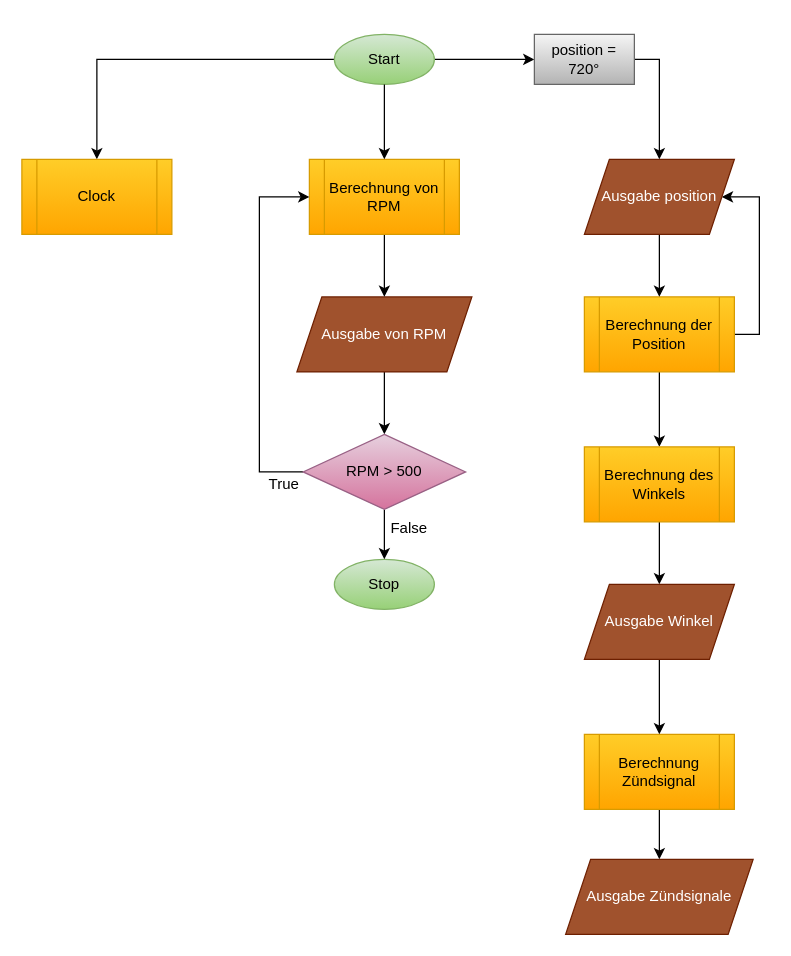
The draw.io diagram page "Programmablaufplan" (1 of 4) of Untitled Diagram.drawio in JannekHas/JannekHas, before the edit. Source tidied: cells renumbered, new cells numbered last; positions are measured from the earlier drawing's top-left corner, leaving out a move shared by most shapes. Both pictures are drawn from the tidied source at 125%, with x=0, y=0 at pixel (21, 34).
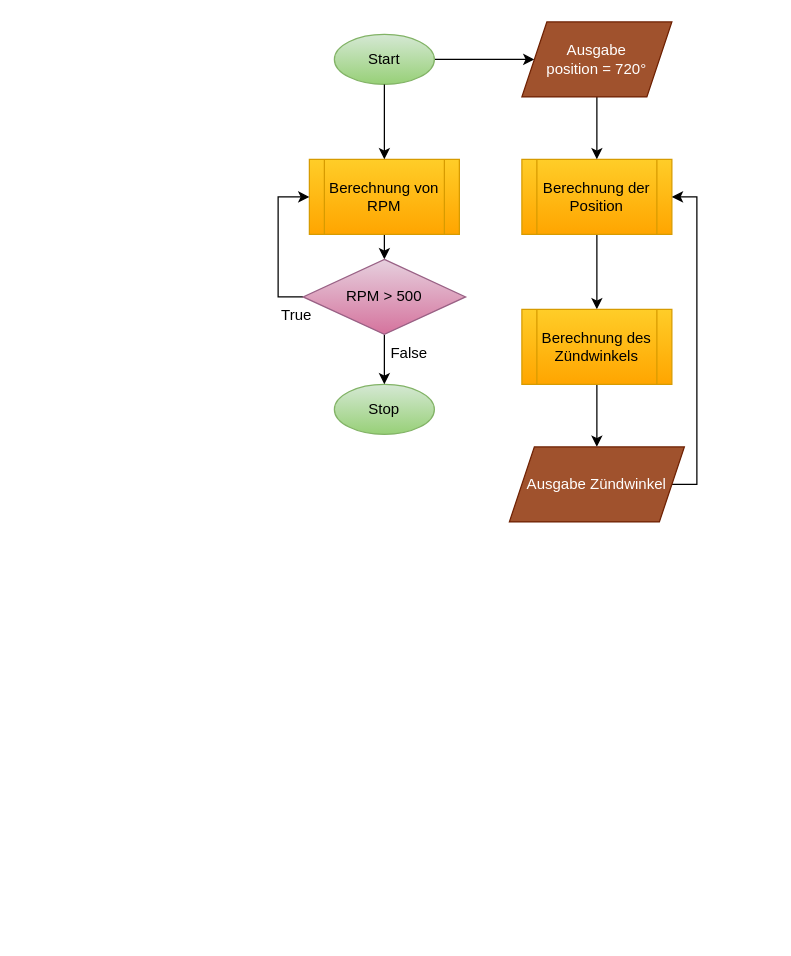
The same page after the edit.

The change refers to these unchanged cells:
```xml
<mxCell id="4" value="Start" style="ellipse;whiteSpace=wrap;html=1;fillColor=#d5e8d4;strokeColor=#82b366;gradientColor=#97d077;" parent="1" vertex="1">
  <mxGeometry x="250" width="80" height="40" as="geometry" />
</mxCell>
<mxCell id="9" value="Berechnung von RPM" style="shape=process;whiteSpace=wrap;html=1;backgroundOutline=1;fillColor=#ffcd28;gradientColor=#ffa500;strokeColor=#d79b00;" parent="1" vertex="1">
  <mxGeometry x="230" y="100" width="120" height="60" as="geometry" />
</mxCell>
```

The edit, as a diff of the source:
```diff
@@
-    <mxCell id="2" style="edgeStyle=orthogonalEdgeStyle;rounded=0;jettySize=auto;html=1;exitX=1;exitY=0.5;exitDx=0;exitDy=0;entryX=0;entryY=0.5;entryDx=0;entryDy=0;" parent="1" edge="1" source="4" target="29">
-      <mxGeometry relative="1" as="geometry" />
+    <mxCell id="2" style="edgeStyle=orthogonalEdgeStyle;rounded=0;jettySize=auto;html=1;exitX=1;exitY=0.5;exitDx=0;exitDy=0;entryX=0;entryY=0.5;entryDx=0;entryDy=0;" parent="1" edge="1" source="4">
+      <mxGeometry relative="1" as="geometry">
+        <mxPoint x="410" y="20" as="targetPoint" />
+      </mxGeometry>
     </mxCell>
-    <mxCell id="3" style="edgeStyle=orthogonalEdgeStyle;rounded=0;jettySize=auto;html=1;exitX=0;exitY=0.5;exitDx=0;exitDy=0;entryX=0.5;entryY=0;entryDx=0;entryDy=0;" parent="1" edge="1" source="4" target="30">
-      <mxGeometry relative="1" as="geometry" />
-    </mxCell>
@@
     <mxCell id="5" value="Stop" style="ellipse;whiteSpace=wrap;html=1;fillColor=#d5e8d4;strokeColor=#82b366;gradientColor=#97d077;" parent="1" vertex="1">
-      <mxGeometry x="250" y="420" width="80" height="40" as="geometry" />
+      <mxGeometry x="250" y="280" width="80" height="40" as="geometry" />
     </mxCell>
-    <mxCell id="6" style="edgeStyle=orthogonalEdgeStyle;rounded=0;jettySize=auto;html=1;exitX=0.5;exitY=1;exitDx=0;exitDy=0;entryX=0.5;entryY=0;entryDx=0;entryDy=0;" parent="1" edge="1" source="7" target="12">
-      <mxGeometry relative="1" as="geometry" />
-    </mxCell>
-    <mxCell id="7" value="Ausgabe von RPM" style="shape=parallelogram;perimeter=parallelogramPerimeter;whiteSpace=wrap;html=1;fixedSize=1;fillColor=#a0522d;fontColor=#ffffff;strokeColor=#6D1F00;" parent="1" vertex="1">
-      <mxGeometry x="220" y="210" width="140" height="60" as="geometry" />
-    </mxCell>
-    <mxCell id="8" style="edgeStyle=orthogonalEdgeStyle;rounded=0;jettySize=auto;html=1;exitX=0.5;exitY=1;exitDx=0;exitDy=0;entryX=0.5;entryY=0;entryDx=0;entryDy=0;" parent="1" edge="1" source="9" target="7">
-      <mxGeometry relative="1" as="geometry" />
-    </mxCell>
+    <mxCell id="31" style="edgeStyle=orthogonalEdgeStyle;rounded=0;jettySize=auto;html=1;exitX=0.5;exitY=1;exitDx=0;exitDy=0;entryX=0.5;entryY=0;entryDx=0;entryDy=0;" parent="1" edge="1" source="9" target="12">
+      <mxGeometry relative="1" as="geometry" />
+    </mxCell>
@@
     <mxCell id="10" style="endArrow=classic;html=1;rounded=0;entryX=0.5;entryY=0;entryDx=0;entryDy=0;exitX=0.5;exitY=1;exitDx=0;exitDy=0;" parent="1" edge="1" target="5">
       <mxGeometry relative="1" as="geometry">
-        <mxPoint x="290" y="380" as="sourcePoint" />
+        <mxPoint x="290" y="240" as="sourcePoint" />
       </mxGeometry>
     </mxCell>
     <mxCell id="11" style="edgeStyle=orthogonalEdgeStyle;rounded=0;jettySize=auto;html=1;exitX=0;exitY=0.5;exitDx=0;exitDy=0;entryX=0;entryY=0.5;entryDx=0;entryDy=0;" parent="1" edge="1" source="12" target="9">
-      <mxGeometry relative="1" as="geometry">
-        <Array as="points">
-          <mxPoint x="190" y="350" />
-          <mxPoint x="190" y="130" />
-        </Array>
-      </mxGeometry>
+      <mxGeometry relative="1" as="geometry" />
     </mxCell>
     <mxCell id="12" value="RPM &amp;gt;&amp;nbsp;500" style="rhombus;whiteSpace=wrap;html=1;fillColor=#e6d0de;gradientColor=#d5739d;strokeColor=#996185;" parent="1" vertex="1">
-      <mxGeometry x="225" y="320" width="130" height="60" as="geometry" />
+      <mxGeometry x="225" y="180" width="130" height="60" as="geometry" />
     </mxCell>
@@
     <mxCell id="14" value="False" style="text;html=1;strokeColor=none;fillColor=none;align=center;verticalAlign=middle;whiteSpace=wrap;rounded=0;" parent="1" vertex="1">
-      <mxGeometry x="280" y="380" width="60" height="30" as="geometry" />
+      <mxGeometry x="280" y="240" width="60" height="30" as="geometry" />
     </mxCell>
     <mxCell id="15" value="True" style="text;html=1;strokeColor=none;fillColor=none;align=center;verticalAlign=middle;whiteSpace=wrap;rounded=0;" parent="1" vertex="1">
-      <mxGeometry x="180" y="345" width="60" height="30" as="geometry" />
+      <mxGeometry x="190" y="210" width="60" height="30" as="geometry" />
     </mxCell>
@@
-    <mxCell id="17" style="edgeStyle=orthogonalEdgeStyle;rounded=0;jettySize=auto;html=1;exitX=1;exitY=0.5;exitDx=0;exitDy=0;entryX=1;entryY=0.5;entryDx=0;entryDy=0;" parent="1" edge="1" source="18" target="20">
-      <mxGeometry relative="1" as="geometry">
-        <Array as="points">
-          <mxPoint x="590" y="240" />
-          <mxPoint x="590" y="130" />
-        </Array>
-      </mxGeometry>
-    </mxCell>
     <mxCell id="18" value="Berechnung der Position" style="shape=process;whiteSpace=wrap;html=1;backgroundOutline=1;fillColor=#ffcd28;gradientColor=#ffa500;strokeColor=#d79b00;" parent="1" vertex="1">
-      <mxGeometry x="450" y="210" width="120" height="60" as="geometry" />
+      <mxGeometry x="400" y="100" width="120" height="60" as="geometry" />
     </mxCell>
@@
-    <mxCell id="20" value="Ausgabe position" style="shape=parallelogram;perimeter=parallelogramPerimeter;whiteSpace=wrap;html=1;fixedSize=1;fillColor=#a0522d;fontColor=#ffffff;strokeColor=#6D1F00;" parent="1" vertex="1">
-      <mxGeometry x="450" y="100" width="120" height="60" as="geometry" />
+    <mxCell id="20" value="Ausgabe&lt;br&gt;position = 720°" style="shape=parallelogram;perimeter=parallelogramPerimeter;whiteSpace=wrap;html=1;fixedSize=1;fillColor=#a0522d;fontColor=#ffffff;strokeColor=#6D1F00;" parent="1" vertex="1">
+      <mxGeometry x="400" y="-10" width="120" height="60" as="geometry" />
     </mxCell>
     <mxCell id="21" style="edgeStyle=orthogonalEdgeStyle;rounded=0;jettySize=auto;html=1;exitX=0.5;exitY=1;exitDx=0;exitDy=0;entryX=0.5;entryY=0;entryDx=0;entryDy=0;" parent="1" edge="1" source="22">
       <mxGeometry relative="1" as="geometry">
-        <mxPoint x="510" y="440" as="targetPoint" />
+        <mxPoint x="460" y="330" as="targetPoint" />
       </mxGeometry>
     </mxCell>
-    <mxCell id="22" value="Berechnung des Winkels" style="shape=process;whiteSpace=wrap;html=1;backgroundOutline=1;fillColor=#ffcd28;gradientColor=#ffa500;strokeColor=#d79b00;" parent="1" vertex="1">
-      <mxGeometry x="450" y="330" width="120" height="60" as="geometry" />
+    <mxCell id="22" value="Berechnung des Zündwinkels" style="shape=process;whiteSpace=wrap;html=1;backgroundOutline=1;fillColor=#ffcd28;gradientColor=#ffa500;strokeColor=#d79b00;" parent="1" vertex="1">
+      <mxGeometry x="400" y="220" width="120" height="60" as="geometry" />
     </mxCell>
-    <mxCell id="23" style="edgeStyle=orthogonalEdgeStyle;rounded=0;jettySize=auto;html=1;exitX=0.5;exitY=1;exitDx=0;exitDy=0;entryX=0.5;entryY=0;entryDx=0;entryDy=0;" parent="1" edge="1" source="24" target="27">
-      <mxGeometry relative="1" as="geometry" />
-    </mxCell>
-    <mxCell id="24" value="Berechnung Zündsignal" style="shape=process;whiteSpace=wrap;html=1;backgroundOutline=1;fillColor=#ffcd28;gradientColor=#ffa500;strokeColor=#d79b00;" parent="1" vertex="1">
-      <mxGeometry x="450" y="560" width="120" height="60" as="geometry" />
-    </mxCell>
-    <mxCell id="25" style="edgeStyle=orthogonalEdgeStyle;rounded=0;jettySize=auto;html=1;exitX=0.5;exitY=1;exitDx=0;exitDy=0;entryX=0.5;entryY=0;entryDx=0;entryDy=0;" parent="1" edge="1" source="26" target="24">
-      <mxGeometry relative="1" as="geometry" />
-    </mxCell>
+    <mxCell id="32" style="edgeStyle=orthogonalEdgeStyle;rounded=0;jettySize=auto;html=1;exitX=1;exitY=0.5;exitDx=0;exitDy=0;entryX=1;entryY=0.5;entryDx=0;entryDy=0;" parent="1" edge="1" source="26" target="18">
+      <mxGeometry relative="1" as="geometry">
+        <Array as="points">
+          <mxPoint x="540" y="360" />
+          <mxPoint x="540" y="130" />
+        </Array>
+      </mxGeometry>
+    </mxCell>
-    <mxCell id="26" value="Ausgabe Winkel" style="shape=parallelogram;perimeter=parallelogramPerimeter;whiteSpace=wrap;html=1;fixedSize=1;fillColor=#a0522d;fontColor=#ffffff;strokeColor=#6D1F00;" parent="1" vertex="1">
-      <mxGeometry x="450" y="440" width="120" height="60" as="geometry" />
+    <mxCell id="26" value="Ausgabe Zündwinkel" style="shape=parallelogram;perimeter=parallelogramPerimeter;whiteSpace=wrap;html=1;fixedSize=1;fillColor=#a0522d;fontColor=#ffffff;strokeColor=#6D1F00;" parent="1" vertex="1">
+      <mxGeometry x="390" y="330" width="140" height="60" as="geometry" />
     </mxCell>
-    <mxCell id="27" value="Ausgabe Zündsignale" style="shape=parallelogram;perimeter=parallelogramPerimeter;whiteSpace=wrap;html=1;fixedSize=1;fillColor=#a0522d;fontColor=#ffffff;strokeColor=#6D1F00;" parent="1" vertex="1">
-      <mxGeometry x="435" y="660" width="150" height="60" as="geometry" />
-    </mxCell>
-    <mxCell id="28" style="edgeStyle=orthogonalEdgeStyle;rounded=0;jettySize=auto;html=1;exitX=1;exitY=0.5;exitDx=0;exitDy=0;entryX=0.5;entryY=0;entryDx=0;entryDy=0;" parent="1" edge="1" source="29" target="20">
-      <mxGeometry relative="1" as="geometry" />
-    </mxCell>
-    <mxCell id="29" value="position = 720°" style="rounded=0;whiteSpace=wrap;html=1;fillColor=#f5f5f5;gradientColor=#b3b3b3;strokeColor=#666666;" parent="1" vertex="1">
-      <mxGeometry x="410" width="80" height="40" as="geometry" />
-    </mxCell>
-    <mxCell id="30" value="Clock" style="shape=process;whiteSpace=wrap;html=1;backgroundOutline=1;fillColor=#ffcd28;gradientColor=#ffa500;strokeColor=#d79b00;" parent="1" vertex="1">
-      <mxGeometry y="100" width="120" height="60" as="geometry" />
-    </mxCell>
```
